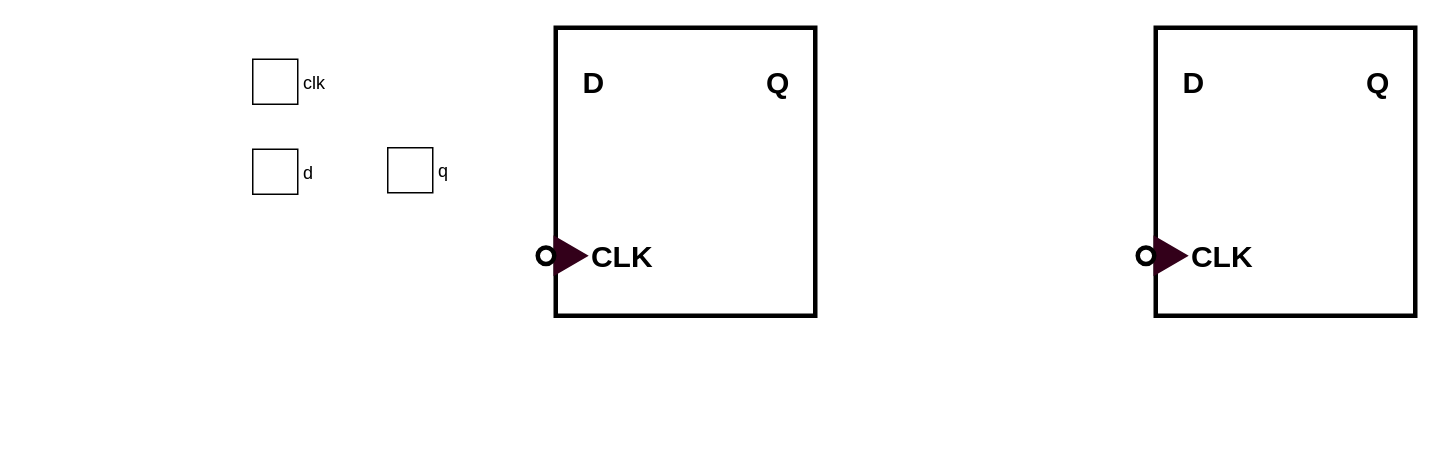
Earlier version of the draw.io diagram FF-FF.drawio (T-Maharshi-Sanand-Yadav/draw.io). Source tidied: cells renumbered, new cells numbered last; positions are measured from the earlier drawing's top-left corner, leaving out a move shared by most shapes. Both pictures are drawn from the tidied source at 150%, with x=0, y=0 at pixel (252, 27).
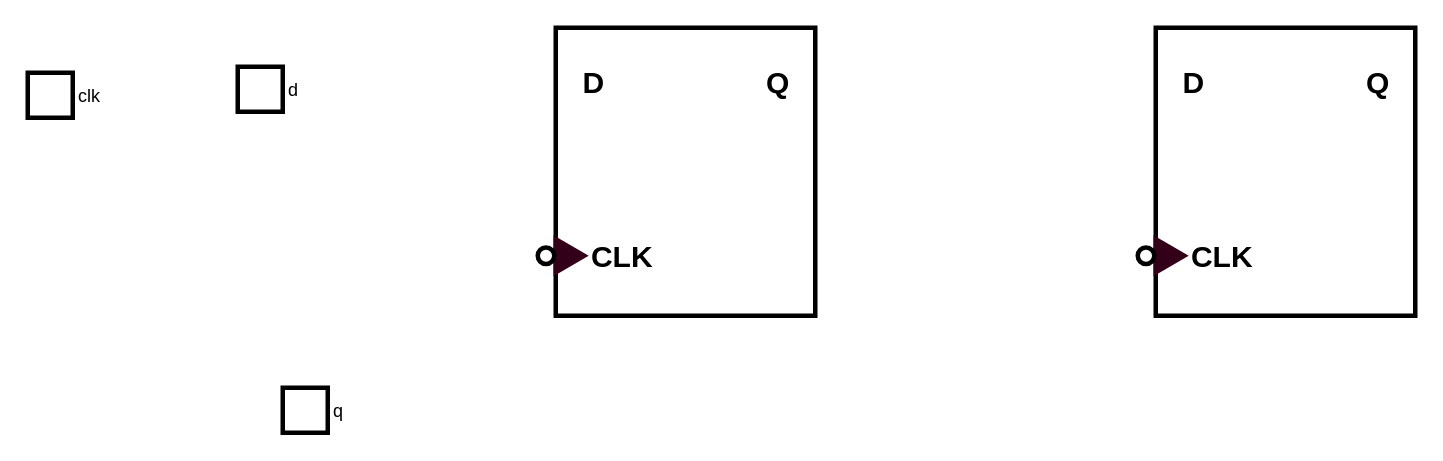
The same page after the edit.

What changed in the source:
```diff
@@
 <mxGraphModel>
   <root>
     <mxCell id="0" />
     <mxCell id="1" parent="0" />
     <mxCell id="2" style="rounded=0;whiteSpace=wrap;html=1;strokeWidth=3;fontSize=20;fontStyle=1;" parent="1" vertex="1">
       <mxGeometry x="202" width="173" height="192" as="geometry" />
     </mxCell>
     <mxCell id="3" value="D" style="text;html=1;align=center;verticalAlign=middle;strokeColor=none;fillColor=none;strokeWidth=3;fontSize=20;fontStyle=1;" parent="1" vertex="1">
       <mxGeometry x="207" y="16" width="40" height="40" as="geometry" />
     </mxCell>
     <mxCell id="4" value="CLK" style="text;html=1;align=center;verticalAlign=middle;strokeColor=none;fillColor=none;strokeWidth=3;fontSize=20;fontStyle=1;" parent="1" vertex="1">
       <mxGeometry x="216" y="132" width="60" height="40" as="geometry" />
     </mxCell>
     <mxCell id="5" value="Q" style="text;html=1;align=center;verticalAlign=middle;strokeColor=none;fillColor=none;strokeWidth=3;fontSize=20;fontStyle=1;" parent="1" vertex="1">
       <mxGeometry x="330" y="16" width="40" height="40" as="geometry" />
     </mxCell>
     <mxCell id="6" style="triangle;whiteSpace=wrap;html=1;strokeWidth=3;fillColor=#33001A;strokeColor=#33001A;fontColor=#ffffff;" parent="1" vertex="1">
       <mxGeometry x="202" y="141" width="19" height="22" as="geometry" />
     </mxCell>
     <mxCell id="7" style="ellipse;whiteSpace=wrap;html=1;strokeWidth=3;" parent="1" vertex="1">
       <mxGeometry x="190" y="146.5" width="11" height="11" as="geometry" />
     </mxCell>
     <mxCell id="8" style="rounded=0;whiteSpace=wrap;html=1;strokeWidth=3;fontSize=20;fontStyle=1;" parent="1" vertex="1">
       <mxGeometry x="602" width="173" height="192" as="geometry" />
     </mxCell>
     <mxCell id="9" value="D" style="text;html=1;align=center;verticalAlign=middle;strokeColor=none;fillColor=none;strokeWidth=3;fontSize=20;fontStyle=1;" parent="1" vertex="1">
       <mxGeometry x="607" y="16" width="40" height="40" as="geometry" />
     </mxCell>
     <mxCell id="10" value="CLK" style="text;html=1;align=center;verticalAlign=middle;strokeColor=none;fillColor=none;strokeWidth=3;fontSize=20;fontStyle=1;" parent="1" vertex="1">
       <mxGeometry x="616" y="132" width="60" height="40" as="geometry" />
     </mxCell>
     <mxCell id="11" value="Q" style="text;html=1;align=center;verticalAlign=middle;strokeColor=none;fillColor=none;strokeWidth=3;fontSize=20;fontStyle=1;" parent="1" vertex="1">
       <mxGeometry x="730" y="16" width="40" height="40" as="geometry" />
     </mxCell>
     <mxCell id="12" style="triangle;whiteSpace=wrap;html=1;strokeWidth=3;fillColor=#33001A;strokeColor=#33001A;fontColor=#ffffff;" parent="1" vertex="1">
       <mxGeometry x="602" y="141" width="19" height="22" as="geometry" />
     </mxCell>
     <mxCell id="13" style="ellipse;whiteSpace=wrap;html=1;strokeWidth=3;" parent="1" vertex="1">
       <mxGeometry x="590" y="146.5" width="11" height="11" as="geometry" />
     </mxCell>
-    <mxCell id="14" value="clk" style="fontStyle=0;labelPosition=right;verticalLabelPosition=middle;align=left;verticalAlign=middle;spacingLeft=2;" parent="1" vertex="1">
-      <mxGeometry y="21" width="30" height="30" as="geometry" />
+    <mxCell id="14" value="clk" style="fontStyle=0;labelPosition=right;verticalLabelPosition=middle;align=left;verticalAlign=middle;spacingLeft=2;strokeWidth=3;" parent="1" vertex="1">
+      <mxGeometry x="-150" y="30" width="30" height="30" as="geometry" />
     </mxCell>
-    <mxCell id="15" value="d" style="fontStyle=0;labelPosition=right;verticalLabelPosition=middle;align=left;verticalAlign=middle;spacingLeft=2;" parent="1" vertex="1">
-      <mxGeometry y="81" width="30" height="30" as="geometry" />
+    <mxCell id="15" value="d" style="fontStyle=0;labelPosition=right;verticalLabelPosition=middle;align=left;verticalAlign=middle;spacingLeft=2;strokeWidth=3;" parent="1" vertex="1">
+      <mxGeometry x="-10" y="26" width="30" height="30" as="geometry" />
     </mxCell>
-    <mxCell id="16" value="q" style="fontStyle=0;labelPosition=right;verticalLabelPosition=middle;align=left;verticalAlign=middle;spacingLeft=2;" parent="1" vertex="1">
-      <mxGeometry x="90" y="80" width="30" height="30" as="geometry" />
+    <mxCell id="16" value="q" style="fontStyle=0;labelPosition=right;verticalLabelPosition=middle;align=left;verticalAlign=middle;spacingLeft=2;strokeWidth=3;" parent="1" vertex="1">
+      <mxGeometry x="20" y="240" width="30" height="30" as="geometry" />
     </mxCell>
   </root>
 </mxGraphModel>
```
